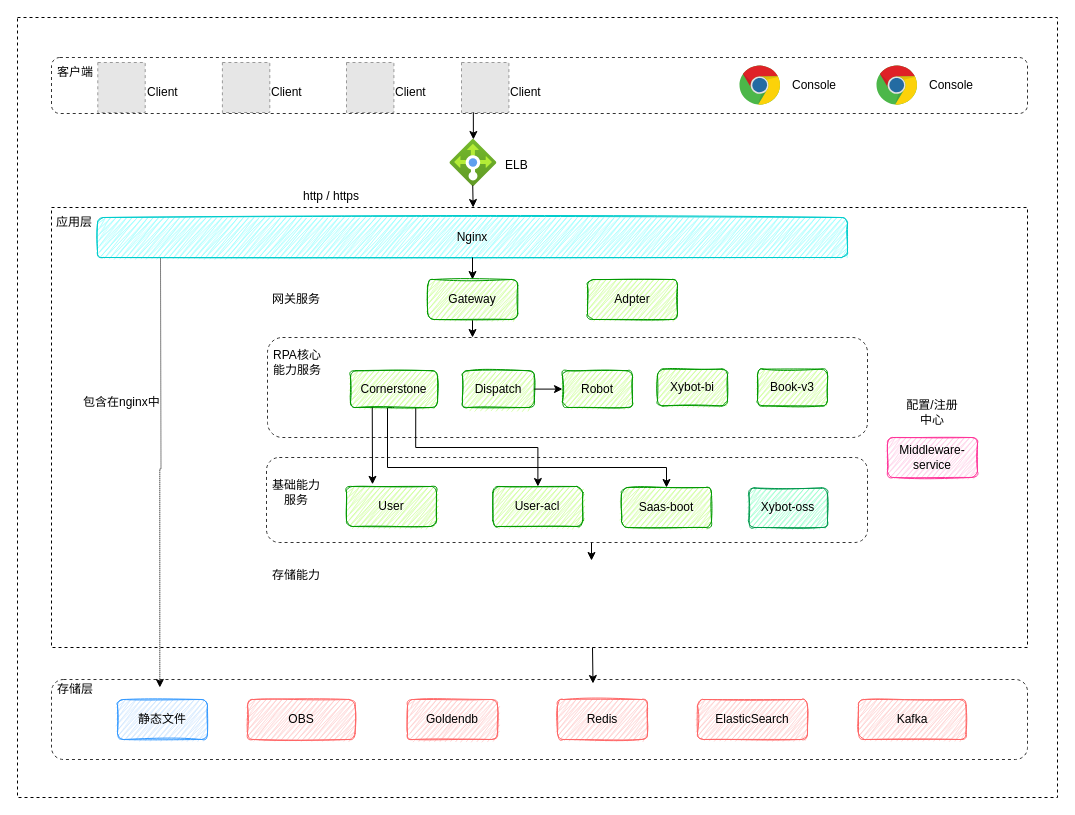
The draw.io diagram docs/imgs/未命名绘图.drawio in gaoerrong/zvt, before the edit. Source tidied: cells renumbered, new cells numbered last; positions are measured from the earlier drawing's top-left corner, leaving out a move shared by most shapes. Both pictures are drawn from the tidied source at 100%, with x=0, y=0 at pixel (17, 17). Pictures stored in the file or linked from it are replaced by grey dashed boxes.
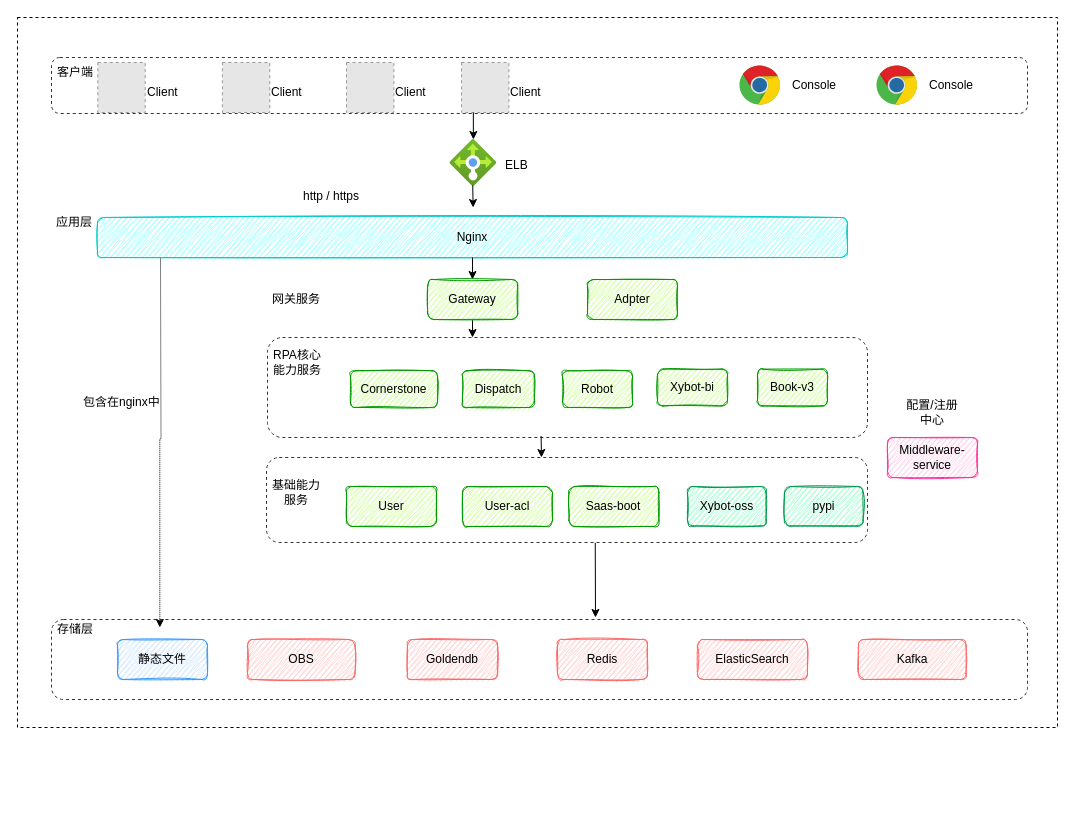
After the change.

Commit message:
更新未命名绘图.drawio

Unchanged cells that the change refers to:
```xml
<mxCell id="30" style="rounded=1;whiteSpace=wrap;html=1;strokeColor=#333333;fillColor=default;dashed=1;" parent="1" vertex="1">
  <mxGeometry x="250" y="320" width="600" height="100" as="geometry" />
</mxCell>
<mxCell id="32" style="rounded=1;whiteSpace=wrap;html=1;strokeColor=#333333;fillColor=default;dashed=1;" parent="1" vertex="1">
  <mxGeometry x="249" y="440" width="601" height="85" as="geometry" />
</mxCell>
<mxCell id="39" value="Cornerstone" style="rounded=1;whiteSpace=wrap;html=1;fillColor=#CCFF99;strokeColor=#009900;sketch=1;fillStyle=zigzag;" parent="1" vertex="1">
  <mxGeometry x="333" y="353.2" width="87" height="36.8" as="geometry" />
</mxCell>
<mxCell id="40" value="User" style="rounded=1;whiteSpace=wrap;html=1;fillColor=#CCFF99;strokeColor=#009900;sketch=1;fillStyle=zigzag;" parent="1" vertex="1">
  <mxGeometry x="329" y="469" width="90" height="40" as="geometry" />
</mxCell>
<mxCell id="50" value="Dispatch" style="rounded=1;whiteSpace=wrap;html=1;fillColor=#CCFF99;strokeColor=#009900;sketch=1;fillStyle=zigzag;" parent="1" vertex="1">
  <mxGeometry x="445" y="353.2" width="71.8" height="36.8" as="geometry" />
</mxCell>
<mxCell id="55" value="Robot" style="rounded=1;whiteSpace=wrap;html=1;fillColor=#CCFF99;strokeColor=#009900;sketch=1;fillStyle=zigzag;" parent="1" vertex="1">
  <mxGeometry x="545" y="353.2" width="70" height="36.8" as="geometry" />
</mxCell>
```

Diff of the diagram source:
```diff
@@
+    <mxCell id="3" style="rounded=0;whiteSpace=wrap;html=1;dashed=1;strokeColor=#000000;fillColor=#FFFFFF;" parent="1" vertex="1">
+      <mxGeometry x="34" y="190" width="976" height="370" as="geometry" />
+    </mxCell>
     <mxCell id="2" style="rounded=0;whiteSpace=wrap;html=1;dashed=1;strokeColor=#000000;fillColor=#FFFFFF;" parent="1" vertex="1">
-      <mxGeometry width="1040" height="780" as="geometry" />
+      <mxGeometry width="1040" height="710" as="geometry" />
     </mxCell>
-    <mxCell id="3" style="rounded=0;whiteSpace=wrap;html=1;dashed=1;strokeColor=#000000;fillColor=#FFFFFF;" parent="1" vertex="1">
-      <mxGeometry x="34" y="190" width="976" height="440" as="geometry" />
-    </mxCell>
@@
     <mxCell id="5" style="rounded=1;whiteSpace=wrap;html=1;strokeColor=#333333;fillColor=default;dashed=1;" parent="1" vertex="1">
-      <mxGeometry x="34" y="662" width="976" height="80" as="geometry" />
+      <mxGeometry x="34" y="602" width="976" height="80" as="geometry" />
     </mxCell>
@@
     <mxCell id="8" value="ElasticSearch" style="rounded=1;whiteSpace=wrap;html=1;sketch=1;fillStyle=zigzag;fillColor=#FFCCCC;strokeColor=#FF6666;" parent="1" vertex="1">
-      <mxGeometry x="680" y="682" width="110" height="40" as="geometry" />
+      <mxGeometry x="680" y="622" width="110" height="40" as="geometry" />
     </mxCell>
     <mxCell id="9" value="Goldendb" style="rounded=1;whiteSpace=wrap;html=1;sketch=1;fillStyle=zigzag;fillColor=#FFCCCC;strokeColor=#FF6666;" parent="1" vertex="1">
-      <mxGeometry x="390" y="682" width="90" height="40" as="geometry" />
+      <mxGeometry x="390" y="622" width="90" height="40" as="geometry" />
     </mxCell>
     <mxCell id="10" value="静态文件" style="rounded=1;whiteSpace=wrap;html=1;fillColor=#CCE5FF;strokeColor=#3399FF;sketch=1;fillStyle=zigzag;" parent="1" vertex="1">
-      <mxGeometry x="100" y="682" width="90" height="40" as="geometry" />
+      <mxGeometry x="100" y="622" width="90" height="40" as="geometry" />
     </mxCell>
     <mxCell id="11" value="存储层" style="text;html=1;strokeColor=none;fillColor=none;align=left;verticalAlign=middle;whiteSpace=wrap;rounded=0;dashed=1;" parent="1" vertex="1">
-      <mxGeometry x="38" y="657" width="80" height="30" as="geometry" />
+      <mxGeometry x="38" y="597" width="80" height="30" as="geometry" />
     </mxCell>
@@
     <mxCell id="28" value="Kafka" style="rounded=1;whiteSpace=wrap;html=1;sketch=1;fillStyle=zigzag;fillColor=#FFCCCC;strokeColor=#FF6666;" parent="1" vertex="1">
-      <mxGeometry x="841" y="682" width="107.5" height="40" as="geometry" />
+      <mxGeometry x="841" y="622" width="107.5" height="40" as="geometry" />
     </mxCell>
-    <mxCell id="29" style="endArrow=classic;html=1;rounded=0;entryX=0.563;entryY=0.05;entryDx=0;entryDy=0;entryPerimeter=0;" parent="1" edge="1">
-      <mxGeometry relative="1" as="geometry">
-        <mxPoint x="575" y="630" as="sourcePoint" />
-        <mxPoint x="575.5" y="666" as="targetPoint" />
-      </mxGeometry>
-    </mxCell>
@@
-    <mxCell id="37" style="edgeStyle=orthogonalEdgeStyle;rounded=0;jettySize=auto;html=1;exitX=0.75;exitY=1;exitDx=0;exitDy=0;entryX=0.5;entryY=0;entryDx=0;entryDy=0;" parent="1" edge="1" source="39" target="41">
-      <mxGeometry relative="1" as="geometry">
-        <Array as="points">
-          <mxPoint x="398" y="430" />
-          <mxPoint x="520" y="430" />
-        </Array>
-      </mxGeometry>
-    </mxCell>
-    <mxCell id="38" style="edgeStyle=orthogonalEdgeStyle;rounded=0;jettySize=auto;html=1;exitX=0.5;exitY=1;exitDx=0;exitDy=0;entryX=0.5;entryY=0;entryDx=0;entryDy=0;" parent="1" edge="1" source="39" target="48">
-      <mxGeometry relative="1" as="geometry">
-        <Array as="points">
-          <mxPoint x="370" y="450" />
-          <mxPoint x="649" y="450" />
-        </Array>
-      </mxGeometry>
-    </mxCell>
@@
     <mxCell id="41" value="User-acl" style="rounded=1;whiteSpace=wrap;html=1;fillColor=#CCFF99;strokeColor=#009900;sketch=1;fillStyle=zigzag;" parent="1" vertex="1">
-      <mxGeometry x="475.4" y="469" width="90" height="40" as="geometry" />
+      <mxGeometry x="445" y="469" width="90" height="40" as="geometry" />
     </mxCell>
@@
     <mxCell id="43" value="Redis" style="rounded=1;whiteSpace=wrap;html=1;sketch=1;fillStyle=zigzag;fillColor=#FFCCCC;strokeColor=#FF6666;" parent="1" vertex="1">
-      <mxGeometry x="540" y="682" width="90" height="40" as="geometry" />
+      <mxGeometry x="540" y="622" width="90" height="40" as="geometry" />
     </mxCell>
     <mxCell id="44" value="OBS" style="rounded=1;whiteSpace=wrap;html=1;sketch=1;fillStyle=zigzag;fillColor=#FFCCCC;strokeColor=#FF6666;" parent="1" vertex="1">
-      <mxGeometry x="230" y="682" width="107.5" height="40" as="geometry" />
+      <mxGeometry x="230" y="622" width="107.5" height="40" as="geometry" />
     </mxCell>
     <mxCell id="45" value="Xybot-oss" style="rounded=1;whiteSpace=wrap;html=1;fillColor=#99FFCC;strokeColor=#00994D;sketch=1;fillStyle=zigzag;" parent="1" vertex="1">
-      <mxGeometry x="731.4" y="470.5" width="78.6" height="39.5" as="geometry" />
+      <mxGeometry x="670" y="469" width="78.6" height="39.5" as="geometry" />
     </mxCell>
-    <mxCell id="46" value="存储能力" style="text;strokeColor=none;align=center;fillColor=none;html=1;verticalAlign=middle;whiteSpace=wrap;rounded=0;" parent="1" vertex="1">
-      <mxGeometry x="249" y="543" width="60" height="30" as="geometry" />
-    </mxCell>
-    <mxCell id="47" style="endArrow=classic;html=1;rounded=0;exitX=0.559;exitY=1;exitDx=0;exitDy=0;exitPerimeter=0;entryX=0.559;entryY=-0.029;entryDx=0;entryDy=0;entryPerimeter=0;" parent="1" edge="1">
-      <mxGeometry relative="1" as="geometry">
-        <mxPoint x="574" y="525" as="sourcePoint" />
-        <mxPoint x="574" y="543" as="targetPoint" />
-      </mxGeometry>
-    </mxCell>
     <mxCell id="48" value="&lt;div&gt;Saas-boot&lt;/div&gt;" style="rounded=1;whiteSpace=wrap;html=1;fillColor=#CCFF99;strokeColor=#009900;sketch=1;fillStyle=zigzag;" parent="1" vertex="1">
-      <mxGeometry x="604" y="470" width="90" height="40" as="geometry" />
+      <mxGeometry x="551.4" y="469" width="90" height="40" as="geometry" />
     </mxCell>
@@
-    <mxCell id="52" style="endArrow=classic;html=1;rounded=0;exitX=0.25;exitY=1;exitDx=0;exitDy=0;entryX=0.289;entryY=-0.054;entryDx=0;entryDy=0;entryPerimeter=0;" parent="1" edge="1" source="39" target="40">
-      <mxGeometry relative="1" as="geometry" />
-    </mxCell>
@@
-    <mxCell id="54" style="endArrow=classic;html=1;rounded=0;exitX=1;exitY=0.5;exitDx=0;exitDy=0;entryX=0;entryY=0.5;entryDx=0;entryDy=0;" parent="1" edge="1" source="50" target="55">
-      <mxGeometry relative="1" as="geometry" />
-    </mxCell>
@@
+    <mxCell id="62" style="endArrow=classic;html=1;rounded=0;exitX=0.547;exitY=1.004;exitDx=0;exitDy=0;exitPerimeter=0;" parent="1" edge="1" source="32">
+      <mxGeometry relative="1" as="geometry">
+        <mxPoint x="578" y="600" as="targetPoint" />
+      </mxGeometry>
+    </mxCell>
+    <mxCell id="63" value="pypi" style="rounded=1;whiteSpace=wrap;html=1;fillColor=#99FFCC;strokeColor=#00994D;sketch=1;fillStyle=zigzag;" parent="1" vertex="1">
+      <mxGeometry x="767" y="469" width="78.6" height="39.5" as="geometry" />
+    </mxCell>
+    <mxCell id="64" style="endArrow=classic;html=1;rounded=0;exitX=0.456;exitY=0.985;exitDx=0;exitDy=0;exitPerimeter=0;" parent="1" edge="1" source="30">
+      <mxGeometry relative="1" as="geometry">
+        <mxPoint x="524" y="440" as="targetPoint" />
+      </mxGeometry>
+    </mxCell>
```
